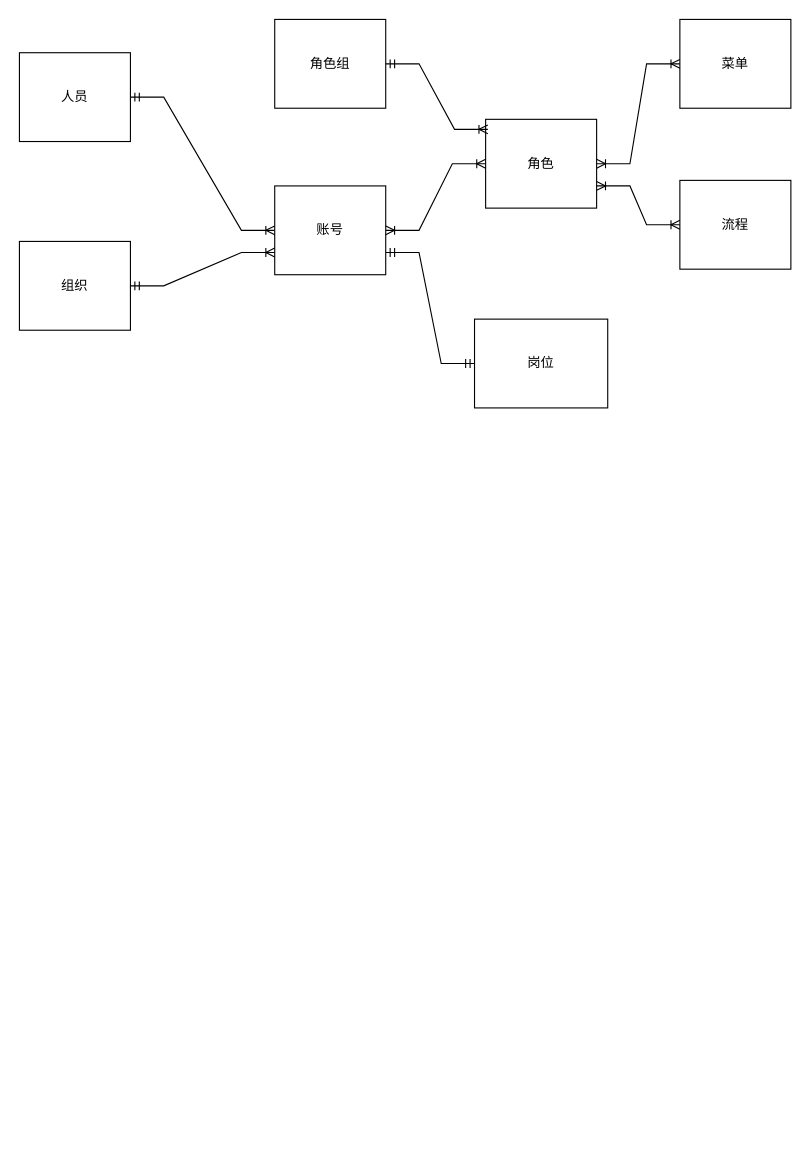
Before: page "当前4A角色模型" (3 of 7) of 4A基本数模型.drawio in 158698706/tt4a, a draw.io diagram. Source tidied: cells renumbered, new cells numbered last; positions are measured from the earlier drawing's top-left corner, leaving out a move shared by most shapes. Both pictures are drawn from the tidied source at 111%, with x=0, y=0 at pixel (19, 19).
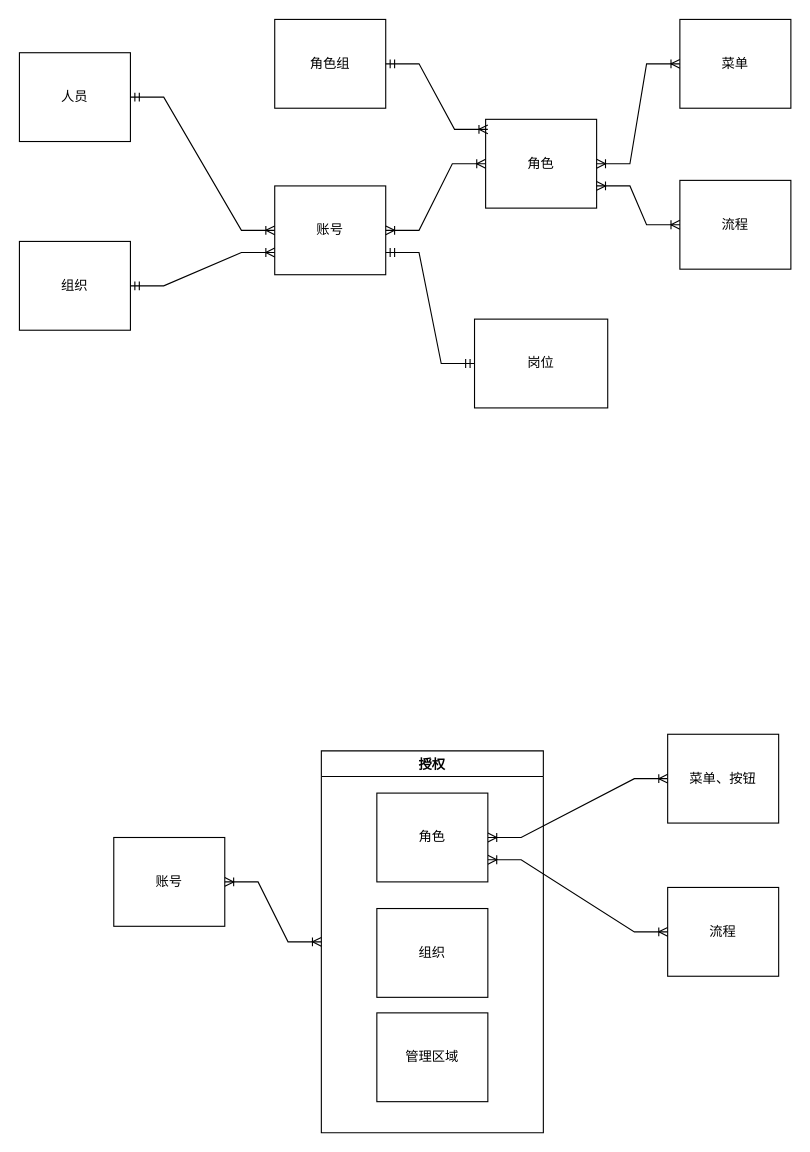
The same diagram, later.

Change to the diagram source:
```diff
@@
+    <mxCell id="17" value="账号" style="whiteSpace=wrap;html=1;align=center;" parent="1" vertex="1">
+      <mxGeometry x="85" y="737" width="100" height="80" as="geometry" />
+    </mxCell>
+    <mxCell id="18" value="菜单、按钮" style="whiteSpace=wrap;html=1;align=center;" parent="1" vertex="1">
+      <mxGeometry x="584" y="644" width="100" height="80" as="geometry" />
+    </mxCell>
+    <mxCell id="19" style="edgeStyle=entityRelationEdgeStyle;fontSize=12;html=1;endArrow=ERoneToMany;startArrow=ERoneToMany;rounded=0;exitX=1;exitY=0.5;exitDx=0;exitDy=0;entryX=0;entryY=0.5;entryDx=0;entryDy=0;" parent="1" edge="1" source="24" target="18">
+      <mxGeometry relative="1" as="geometry" />
+    </mxCell>
+    <mxCell id="20" style="edgeStyle=entityRelationEdgeStyle;fontSize=12;html=1;endArrow=ERoneToMany;startArrow=ERoneToMany;rounded=0;exitX=1;exitY=0.5;exitDx=0;exitDy=0;entryX=0;entryY=0.5;entryDx=0;entryDy=0;" parent="1" edge="1" source="17" target="23">
+      <mxGeometry relative="1" as="geometry" />
+    </mxCell>
+    <mxCell id="21" value="流程" style="whiteSpace=wrap;html=1;align=center;" parent="1" vertex="1">
+      <mxGeometry x="584" y="782" width="100" height="80" as="geometry" />
+    </mxCell>
+    <mxCell id="22" style="edgeStyle=entityRelationEdgeStyle;fontSize=12;html=1;endArrow=ERoneToMany;startArrow=ERoneToMany;rounded=0;exitX=1;exitY=0.75;exitDx=0;exitDy=0;entryX=0;entryY=0.5;entryDx=0;entryDy=0;" parent="1" edge="1" source="24" target="21">
+      <mxGeometry relative="1" as="geometry" />
+    </mxCell>
+    <mxCell id="23" value="授权" style="swimlane;" parent="1" vertex="1">
+      <mxGeometry x="272" y="659" width="200" height="344" as="geometry" />
+    </mxCell>
+    <mxCell id="24" value="角色" style="whiteSpace=wrap;html=1;align=center;" parent="23" vertex="1">
+      <mxGeometry x="50" y="38" width="100" height="80" as="geometry" />
+    </mxCell>
+    <mxCell id="25" value="组织" style="whiteSpace=wrap;html=1;align=center;" parent="23" vertex="1">
+      <mxGeometry x="50" y="142" width="100" height="80" as="geometry" />
+    </mxCell>
+    <mxCell id="26" value="管理区域" style="whiteSpace=wrap;html=1;align=center;" parent="23" vertex="1">
+      <mxGeometry x="50" y="236" width="100" height="80" as="geometry" />
+    </mxCell>
```
